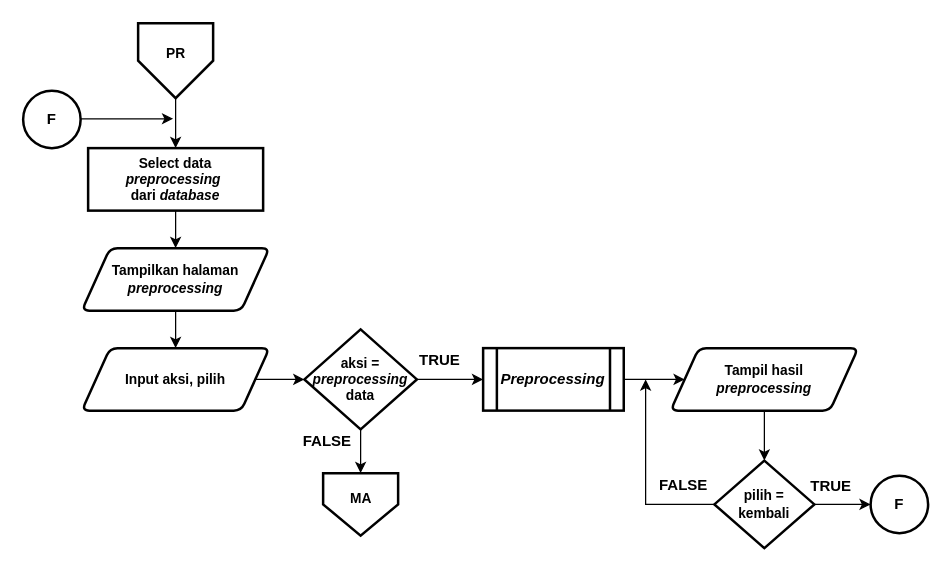
Before: Dokumen TA/Paper/Flowchart/Flowchart menu preprocessing.drawio in muspriandi/TextMining-SentimentAnalysis, a draw.io diagram. Source tidied: cells renumbered, new cells numbered last; positions are measured from the earlier drawing's top-left corner, leaving out a move shared by most shapes. Both pictures are drawn from the tidied source at 125%, with x=0, y=0 at pixel (22, 22).
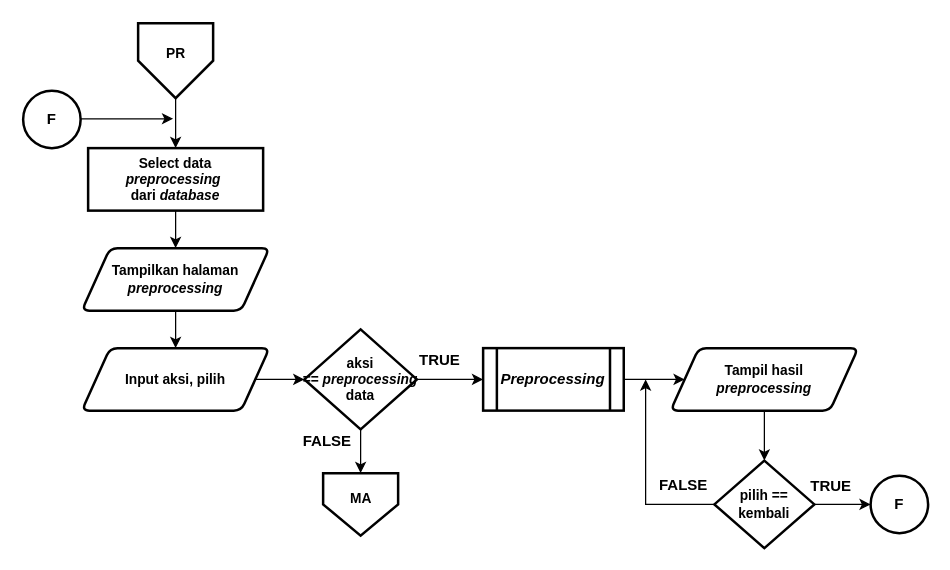
The same diagram, later.

The edit, as a diff of the source:
```diff
@@
-    <mxCell id="17" value="&lt;b style=&quot;font-size: 11px&quot;&gt;&lt;font style=&quot;font-size: 11px&quot;&gt;aksi = &lt;i&gt;preprocessing&lt;/i&gt;&lt;br style=&quot;font-size: 11px&quot;&gt;data&lt;/font&gt;&lt;/b&gt;" style="rhombus;whiteSpace=wrap;html=1;strokeWidth=2;fontSize=11;" parent="1" vertex="1">
+    <mxCell id="17" value="&lt;b style=&quot;font-size: 11px&quot;&gt;&lt;font style=&quot;font-size: 11px&quot;&gt;aksi ==&amp;nbsp;&lt;i&gt;preprocessing&lt;/i&gt;&lt;br style=&quot;font-size: 11px&quot;&gt;data&lt;/font&gt;&lt;/b&gt;" style="rhombus;whiteSpace=wrap;html=1;strokeWidth=2;fontSize=11;" parent="1" vertex="1">
       <mxGeometry x="225" y="245" width="90" height="80" as="geometry" />
     </mxCell>
@@
-    <mxCell id="29" value="&lt;b style=&quot;font-size: 11px&quot;&gt;&lt;font style=&quot;font-size: 11px&quot;&gt;pilih =&lt;br&gt;kembali&lt;br&gt;&lt;/font&gt;&lt;/b&gt;" style="rhombus;whiteSpace=wrap;html=1;strokeWidth=2;fontSize=11;" parent="1" vertex="1">
+    <mxCell id="29" value="&lt;b style=&quot;font-size: 11px&quot;&gt;&lt;font style=&quot;font-size: 11px&quot;&gt;pilih ==&lt;br&gt;kembali&lt;br&gt;&lt;/font&gt;&lt;/b&gt;" style="rhombus;whiteSpace=wrap;html=1;strokeWidth=2;fontSize=11;" parent="1" vertex="1">
       <mxGeometry x="553" y="350" width="80" height="70" as="geometry" />
     </mxCell>
```
